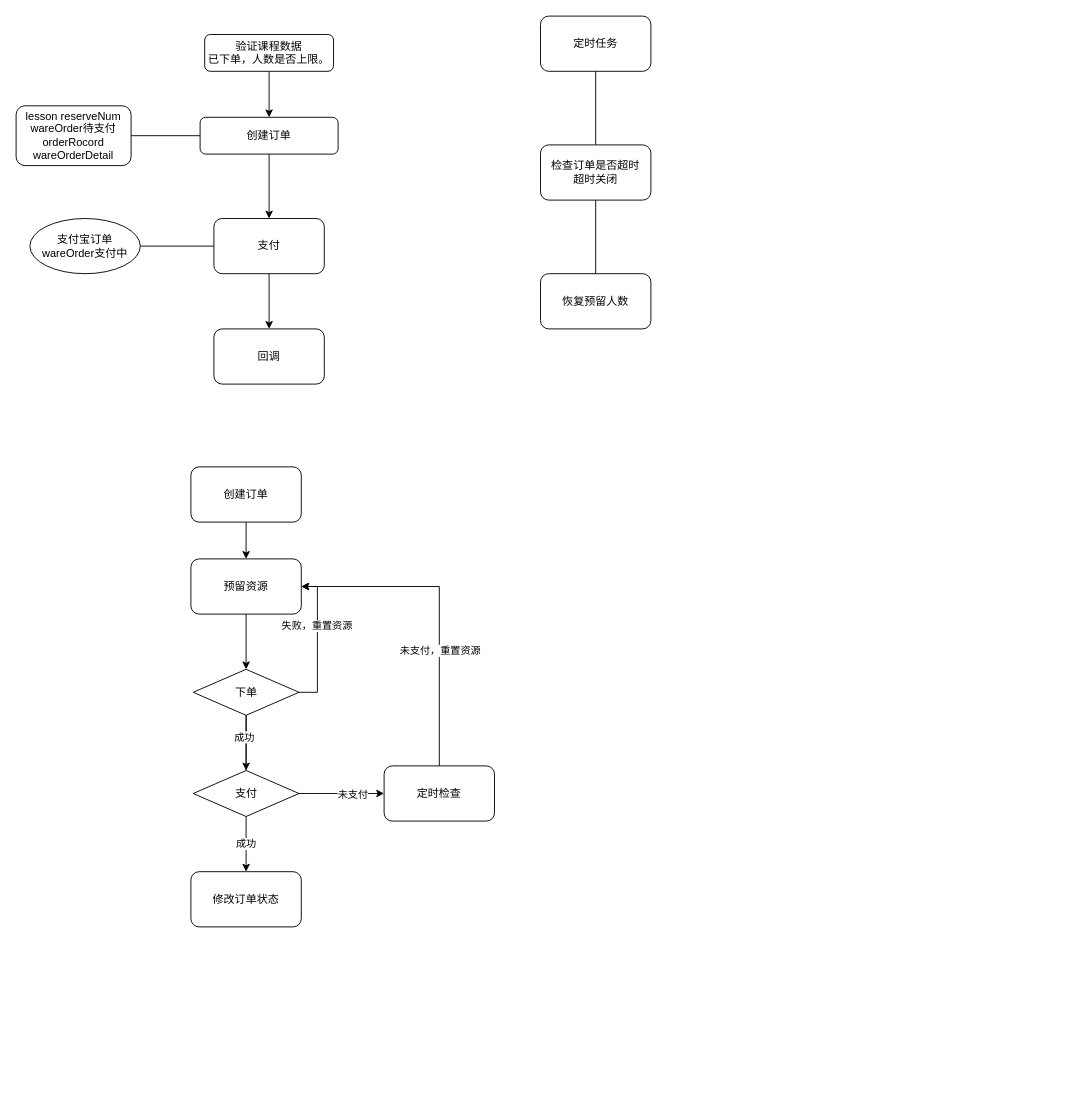
This is spring-example-mybatis-multidatasource/src/main/resources/static/支付流程.drawio from March1995/spring-example, a draw.io file, before an edit. Source tidied: cells renumbered, new cells numbered last; positions are measured from the earlier drawing's top-left corner, leaving out a move shared by most shapes. Both pictures are drawn from the tidied source at 92%, with x=0, y=0 at pixel (16, 16).
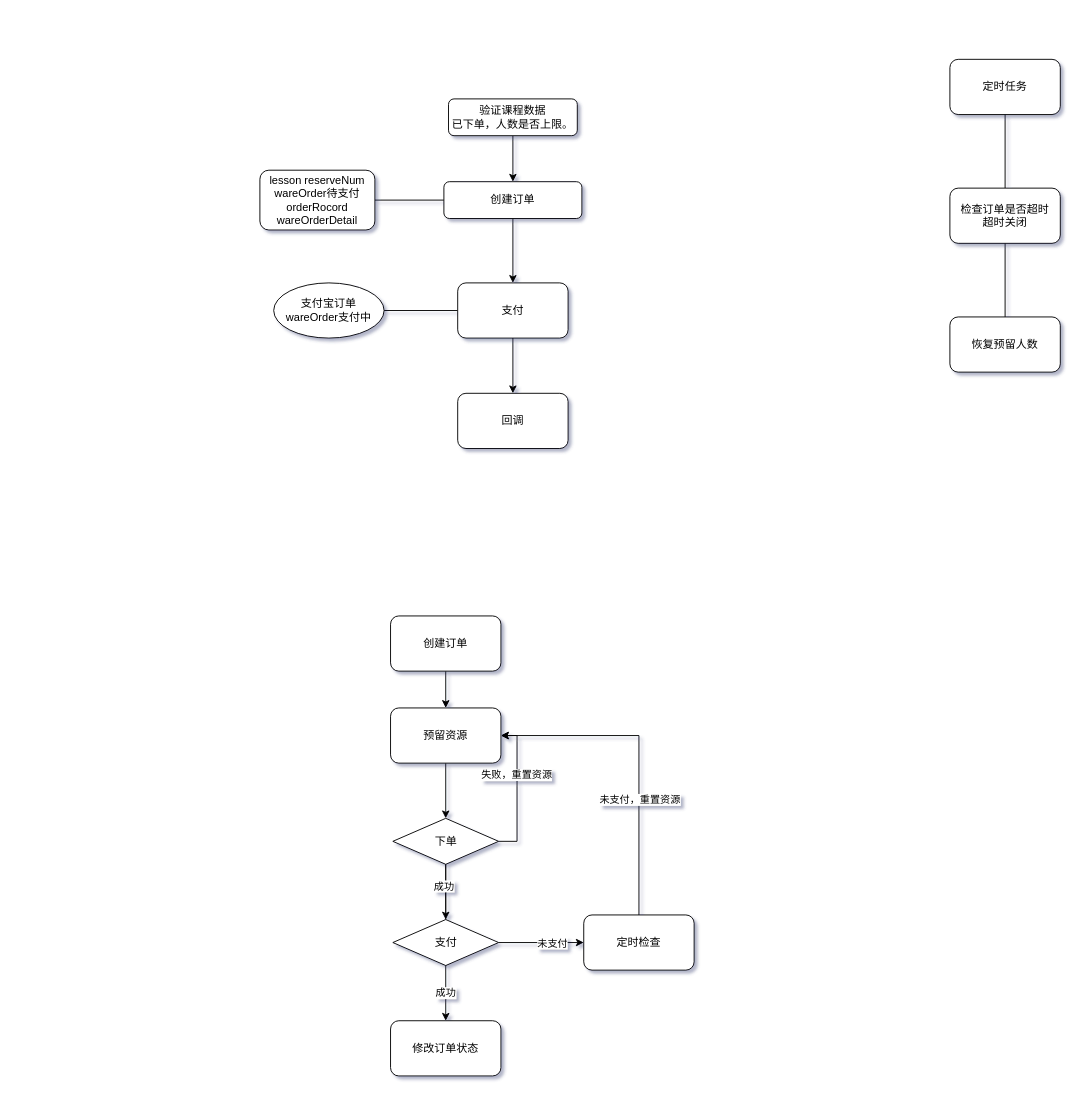
The same diagram, later.

What changed in the source:
```diff
@@
-<mxGraphModel>
+<mxGraphModel background="#FFFFFF" shadow="1">
@@
     <mxCell id="3" value="验证课程数据&lt;br&gt;已下单，人数是否上限。" style="rounded=1;whiteSpace=wrap;html=1;fontSize=12;glass=0;strokeWidth=1;shadow=0;" parent="1" vertex="1">
-      <mxGeometry x="205" y="20" width="140" height="40" as="geometry" />
+      <mxGeometry x="470" y="90" width="140" height="40" as="geometry" />
     </mxCell>
@@
     <mxCell id="6" value="创建订单" style="whiteSpace=wrap;html=1;rounded=1;shadow=0;strokeWidth=1;glass=0;" parent="1" vertex="1">
-      <mxGeometry x="200" y="110" width="150" height="40" as="geometry" />
+      <mxGeometry x="465" y="180" width="150" height="40" as="geometry" />
     </mxCell>
     <mxCell id="7" value="&lt;span&gt;lesson reserveNum&lt;/span&gt;&lt;br&gt;&lt;span&gt;wareOrder待支付&lt;/span&gt;&lt;br&gt;&lt;span&gt;orderRocord&lt;/span&gt;&lt;br&gt;&lt;span&gt;wareOrderDetail&lt;/span&gt;" style="whiteSpace=wrap;html=1;rounded=1;shadow=0;strokeWidth=1;glass=0;" parent="1" vertex="1">
-      <mxGeometry y="97.5" width="125" height="65" as="geometry" />
+      <mxGeometry x="265" y="167.5" width="125" height="65" as="geometry" />
     </mxCell>
@@
     <mxCell id="10" value="支付" style="whiteSpace=wrap;html=1;rounded=1;shadow=0;strokeWidth=1;glass=0;" parent="1" vertex="1">
-      <mxGeometry x="215" y="220" width="120" height="60" as="geometry" />
+      <mxGeometry x="480" y="290" width="120" height="60" as="geometry" />
     </mxCell>
     <mxCell id="11" value="回调" style="whiteSpace=wrap;html=1;rounded=1;shadow=0;strokeWidth=1;glass=0;" parent="1" vertex="1">
-      <mxGeometry x="215" y="340" width="120" height="60" as="geometry" />
+      <mxGeometry x="480" y="410" width="120" height="60" as="geometry" />
     </mxCell>
     <mxCell id="12" value="支付宝订单&lt;br&gt;wareOrder支付中" style="ellipse;whiteSpace=wrap;html=1;rounded=1;shadow=0;strokeWidth=1;glass=0;" parent="1" vertex="1">
-      <mxGeometry x="15" y="220" width="120" height="60" as="geometry" />
+      <mxGeometry x="280" y="290" width="120" height="60" as="geometry" />
     </mxCell>
@@
     <mxCell id="14" value="定时任务" style="rounded=1;whiteSpace=wrap;html=1;" parent="1" vertex="1">
-      <mxGeometry x="570" width="120" height="60" as="geometry" />
+      <mxGeometry x="1015" y="47" width="120" height="60" as="geometry" />
     </mxCell>
@@
     <mxCell id="16" value="检查订单是否超时&lt;br&gt;超时关闭" style="rounded=1;whiteSpace=wrap;html=1;" parent="1" vertex="1">
-      <mxGeometry x="570" y="140" width="120" height="60" as="geometry" />
+      <mxGeometry x="1015" y="187" width="120" height="60" as="geometry" />
     </mxCell>
     <mxCell id="17" value="恢复预留人数" style="rounded=1;whiteSpace=wrap;html=1;" parent="1" vertex="1">
-      <mxGeometry x="570" y="280" width="120" height="60" as="geometry" />
+      <mxGeometry x="1015" y="327" width="120" height="60" as="geometry" />
     </mxCell>
@@
     <mxCell id="19" value="预留资源" style="rounded=1;whiteSpace=wrap;html=1;" parent="1" vertex="1">
-      <mxGeometry x="190" y="590" width="120" height="60" as="geometry" />
+      <mxGeometry x="407" y="752" width="120" height="60" as="geometry" />
     </mxCell>
     <mxCell id="20" style="edgeStyle=orthogonalEdgeStyle;rounded=0;jettySize=auto;html=1;exitX=0.5;exitY=1;exitDx=0;exitDy=0;startArrow=none;" parent="1" edge="1" source="34">
       <mxGeometry relative="1" as="geometry">
-        <mxPoint x="250" y="860" as="targetPoint" />
+        <mxPoint x="467" y="1022" as="targetPoint" />
       </mxGeometry>
     </mxCell>
@@
     <mxCell id="22" value="修改订单状态" style="rounded=1;whiteSpace=wrap;html=1;" parent="1" vertex="1">
-      <mxGeometry x="190" y="930" width="120" height="60" as="geometry" />
+      <mxGeometry x="407" y="1092" width="120" height="60" as="geometry" />
     </mxCell>
@@
     <mxCell id="25" value="定时检查" style="rounded=1;whiteSpace=wrap;html=1;" parent="1" vertex="1">
-      <mxGeometry x="400" y="815" width="120" height="60" as="geometry" />
+      <mxGeometry x="617" y="977" width="120" height="60" as="geometry" />
     </mxCell>
@@
     <mxCell id="29" value="下单" style="rhombus;whiteSpace=wrap;html=1;" parent="1" vertex="1">
-      <mxGeometry x="192.5" y="710" width="115" height="50" as="geometry" />
+      <mxGeometry x="409.5" y="872" width="115" height="50" as="geometry" />
     </mxCell>
@@
     <mxCell id="33" value="创建订单" style="rounded=1;whiteSpace=wrap;html=1;" parent="1" vertex="1">
-      <mxGeometry x="190" y="490" width="120" height="60" as="geometry" />
+      <mxGeometry x="407" y="652" width="120" height="60" as="geometry" />
     </mxCell>
     <mxCell id="34" value="支付" style="rhombus;whiteSpace=wrap;html=1;" parent="1" vertex="1">
-      <mxGeometry x="192.5" y="820" width="115" height="50" as="geometry" />
+      <mxGeometry x="409.5" y="982" width="115" height="50" as="geometry" />
     </mxCell>
```
